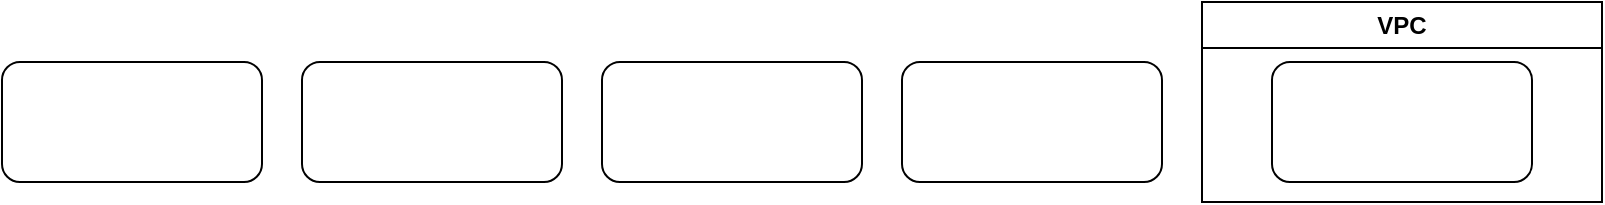
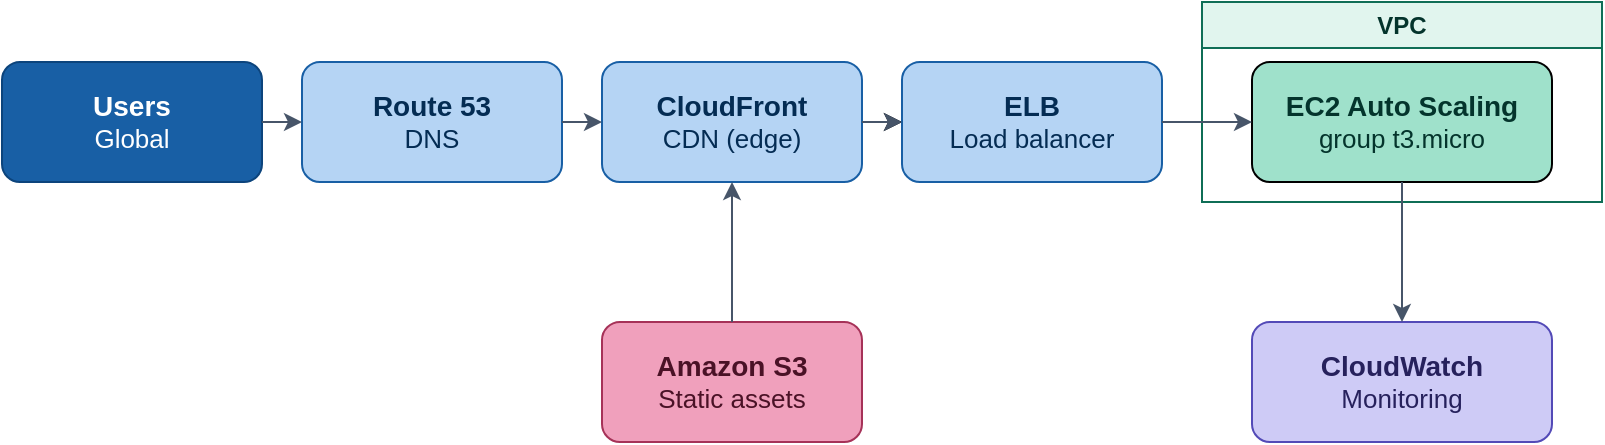
<mxfile host="app.diagrams.net">
  <diagram name="Page-1" id="qIo0-vvSRd3SQ2zAkJ58">
    <mxGraphModel dx="1174" dy="635" grid="1" gridSize="10" guides="1" tooltips="1" connect="1" arrows="1" fold="1" page="1" pageScale="1" pageWidth="850" pageHeight="1100" math="0" shadow="0">
      <root>
        <mxCell id="0" />
        <mxCell id="1" parent="0" />
-         <mxCell id="vrJfMla7yYMSqkZjpk2f-6" parent="1" style="rounded=1;whiteSpace=wrap;html=1;" value="" vertex="1">
+         <mxCell id="vrJfMla7yYMSqkZjpk2f-6" parent="1" style="rounded=1;whiteSpace=wrap;html=1;fillColor=#B5D4F4;strokeColor=#185FA5;fontColor=#042C53;" value="&lt;div&gt;&lt;font style=&quot;font-size: 14px;&quot;&gt;&lt;b&gt;Route 53&lt;/b&gt;&lt;/font&gt;&lt;/div&gt;&lt;div&gt;&lt;font style=&quot;font-size: 13px;&quot;&gt;DNS&lt;/font&gt;&lt;/div&gt;" vertex="1">
          <mxGeometry height="60" width="130" x="180" y="290" as="geometry" />
        </mxCell>
-         <mxCell id="vrJfMla7yYMSqkZjpk2f-7" parent="1" style="rounded=1;whiteSpace=wrap;html=1;" value="" vertex="1">
+         <mxCell id="vrJfMla7yYMSqkZjpk2f-21" edge="1" parent="1" source="vrJfMla7yYMSqkZjpk2f-7" style="edgeStyle=orthogonalEdgeStyle;rounded=0;orthogonalLoop=1;jettySize=auto;html=1;" target="vrJfMla7yYMSqkZjpk2f-8" value="">
+           <mxGeometry relative="1" as="geometry" />
+         </mxCell>
+         <mxCell id="vrJfMla7yYMSqkZjpk2f-7" parent="1" style="rounded=1;whiteSpace=wrap;html=1;fillColor=#B5D4F4;strokeColor=#185FA5;fontColor=#042C53;" value="&lt;div&gt;&lt;b&gt;&lt;font style=&quot;font-size: 14px;&quot;&gt;CloudFront&lt;/font&gt;&lt;/b&gt;&lt;/div&gt;&lt;div&gt;&lt;font style=&quot;font-size: 13px;&quot;&gt;CDN (edge)&lt;/font&gt;&lt;/div&gt;" vertex="1">
          <mxGeometry height="60" width="130" x="330" y="290" as="geometry" />
        </mxCell>
-         <mxCell id="vrJfMla7yYMSqkZjpk2f-8" parent="1" style="rounded=1;whiteSpace=wrap;html=1;" value="" vertex="1">
+         <mxCell id="vrJfMla7yYMSqkZjpk2f-8" parent="1" style="rounded=1;whiteSpace=wrap;html=1;fillColor=#B5D4F4;strokeColor=#185FA5;fontColor=#042C53;" value="&lt;div&gt;&lt;font style=&quot;font-size: 14px;&quot;&gt;&lt;b&gt;ELB&lt;/b&gt;&lt;/font&gt;&lt;/div&gt;&lt;div&gt;&lt;font style=&quot;font-size: 13px;&quot;&gt;Load balancer&lt;/font&gt;&lt;/div&gt;" vertex="1">
          <mxGeometry height="60" width="130" x="480" y="290" as="geometry" />
        </mxCell>
-         <mxCell id="vrJfMla7yYMSqkZjpk2f-9" parent="1" style="rounded=1;whiteSpace=wrap;html=1;" value="" vertex="1">
+         <mxCell id="vrJfMla7yYMSqkZjpk2f-9" parent="1" style="rounded=1;whiteSpace=wrap;html=1;fillColor=#185FA5;strokeColor=#0C447C;fontColor=#FFFFFF;" value="&lt;div&gt;&lt;b&gt;&lt;font style=&quot;font-size: 14px;&quot;&gt;Users&lt;/font&gt;&lt;/b&gt;&lt;/div&gt;&lt;div&gt;&lt;font style=&quot;font-size: 13px;&quot;&gt;Global&lt;/font&gt;&lt;/div&gt;" vertex="1">
          <mxGeometry height="60" width="130" x="30" y="290" as="geometry" />
        </mxCell>
-         <mxCell id="vrJfMla7yYMSqkZjpk2f-11" parent="1" style="swimlane;whiteSpace=wrap;html=1;" value="VPC" vertex="1">
+         <mxCell id="vrJfMla7yYMSqkZjpk2f-11" parent="1" style="swimlane;whiteSpace=wrap;html=1;fillColor=#E1F5EE;strokeColor=#0F6E56;fontColor=#04342C;" value="VPC" vertex="1">
          <mxGeometry height="100" width="200" x="630" y="260" as="geometry">
            <mxRectangle height="30" width="140" x="190" y="380" as="alternateBounds" />
          </mxGeometry>
        </mxCell>
-         <mxCell id="vrJfMla7yYMSqkZjpk2f-12" parent="vrJfMla7yYMSqkZjpk2f-11" style="rounded=1;whiteSpace=wrap;html=1;" value="" vertex="1">
-           <mxGeometry height="60" width="130" x="35" y="30" as="geometry" />
+         <mxCell id="vrJfMla7yYMSqkZjpk2f-12" parent="vrJfMla7yYMSqkZjpk2f-11" style="rounded=1;whiteSpace=wrap;html=1;fillColor=#9FE1CB;fontColor=#04342C;" value="&lt;div&gt;&lt;b&gt;&lt;font style=&quot;font-size: 14px;&quot;&gt;EC2 Auto Scaling&lt;/font&gt;&lt;/b&gt;&lt;/div&gt;&lt;div&gt;&lt;font style=&quot;font-size: 13px;&quot;&gt;group t3.micro&lt;/font&gt;&lt;/div&gt;" vertex="1">
+           <mxGeometry height="60" width="150" x="25" y="30" as="geometry" />
+         </mxCell>
+         <mxCell id="vrJfMla7yYMSqkZjpk2f-13" parent="1" style="rounded=1;whiteSpace=wrap;html=1;fillColor=#F0A0BC;fontColor=#4A1226;strokeColor=#A63258;" value="&lt;div&gt;&lt;b&gt;&lt;font style=&quot;font-size: 14px;&quot;&gt;Amazon S3&lt;/font&gt;&lt;/b&gt;&lt;/div&gt;&lt;div&gt;&lt;font style=&quot;font-size: 13px;&quot;&gt;Static assets&lt;/font&gt;&lt;/div&gt;" vertex="1">
+           <mxGeometry height="60" width="130" x="330" y="420" as="geometry" />
+         </mxCell>
+         <mxCell id="vrJfMla7yYMSqkZjpk2f-14" parent="1" style="rounded=1;whiteSpace=wrap;html=1;fillColor=#CECBF6;strokeColor=#534AB7;fontColor=#26215C;" value="&lt;div&gt;&lt;b&gt;&lt;font style=&quot;font-size: 14px;&quot;&gt;CloudWatch&lt;/font&gt;&lt;/b&gt;&lt;/div&gt;&lt;div&gt;&lt;font style=&quot;font-size: 13px;&quot;&gt;Monitoring&lt;/font&gt;&lt;/div&gt;" vertex="1">
+           <mxGeometry height="60" width="150" x="655" y="420" as="geometry" />
+         </mxCell>
+         <mxCell id="vrJfMla7yYMSqkZjpk2f-15" edge="1" parent="1" source="vrJfMla7yYMSqkZjpk2f-12" style="endArrow=classic;html=1;rounded=0;exitX=0.5;exitY=1;exitDx=0;exitDy=0;entryX=0.5;entryY=0;entryDx=0;entryDy=0;strokeColor=#475569;" target="vrJfMla7yYMSqkZjpk2f-14" value="">
+           <mxGeometry height="50" relative="1" width="50" as="geometry">
+             <mxPoint x="590" y="410" as="sourcePoint" />
+             <mxPoint x="640" y="360" as="targetPoint" />
+           </mxGeometry>
+         </mxCell>
+         <mxCell id="vrJfMla7yYMSqkZjpk2f-16" edge="1" parent="1" source="vrJfMla7yYMSqkZjpk2f-8" style="endArrow=classic;html=1;rounded=0;exitX=1;exitY=0.5;exitDx=0;exitDy=0;entryX=0;entryY=0.5;entryDx=0;entryDy=0;strokeColor=#475569;" target="vrJfMla7yYMSqkZjpk2f-12" value="">
+           <mxGeometry height="50" relative="1" width="50" as="geometry">
+             <mxPoint x="480" y="380" as="sourcePoint" />
+             <mxPoint x="480" y="450" as="targetPoint" />
+           </mxGeometry>
+         </mxCell>
+         <mxCell id="vrJfMla7yYMSqkZjpk2f-17" edge="1" parent="1" source="vrJfMla7yYMSqkZjpk2f-7" style="endArrow=classic;html=1;rounded=0;exitX=1;exitY=0.5;exitDx=0;exitDy=0;entryX=0;entryY=0.5;entryDx=0;entryDy=0;strokeColor=#475569;" target="vrJfMla7yYMSqkZjpk2f-8" value="">
+           <mxGeometry height="50" relative="1" width="50" as="geometry">
+             <mxPoint x="510" y="390" as="sourcePoint" />
+             <mxPoint x="510" y="460" as="targetPoint" />
+           </mxGeometry>
+         </mxCell>
+         <mxCell id="vrJfMla7yYMSqkZjpk2f-18" edge="1" parent="1" source="vrJfMla7yYMSqkZjpk2f-6" style="endArrow=classic;html=1;rounded=0;exitX=1;exitY=0.5;exitDx=0;exitDy=0;entryX=0;entryY=0.5;entryDx=0;entryDy=0;strokeColor=#475569;" target="vrJfMla7yYMSqkZjpk2f-7" value="">
+           <mxGeometry height="50" relative="1" width="50" as="geometry">
+             <mxPoint x="300" y="390" as="sourcePoint" />
+             <mxPoint x="360" y="390" as="targetPoint" />
+           </mxGeometry>
+         </mxCell>
+         <mxCell id="vrJfMla7yYMSqkZjpk2f-19" edge="1" parent="1" source="vrJfMla7yYMSqkZjpk2f-9" style="endArrow=classic;html=1;rounded=0;exitX=1;exitY=0.5;exitDx=0;exitDy=0;entryX=0;entryY=0.5;entryDx=0;entryDy=0;strokeColor=#475569;" target="vrJfMla7yYMSqkZjpk2f-6" value="">
+           <mxGeometry height="50" relative="1" width="50" as="geometry">
+             <mxPoint x="250" y="390" as="sourcePoint" />
+             <mxPoint x="270" y="390" as="targetPoint" />
+           </mxGeometry>
+         </mxCell>
+         <mxCell id="vrJfMla7yYMSqkZjpk2f-20" edge="1" parent="1" source="vrJfMla7yYMSqkZjpk2f-13" style="endArrow=classic;html=1;rounded=0;exitX=0.5;exitY=0;exitDx=0;exitDy=0;entryX=0.5;entryY=1;entryDx=0;entryDy=0;strokeColor=#475569;" target="vrJfMla7yYMSqkZjpk2f-7" value="">
+           <mxGeometry height="50" relative="1" width="50" as="geometry">
+             <mxPoint x="500" y="380" as="sourcePoint" />
+             <mxPoint x="500" y="450" as="targetPoint" />
+           </mxGeometry>
        </mxCell>
      </root>
    </mxGraphModel>
  </diagram>
</mxfile>
